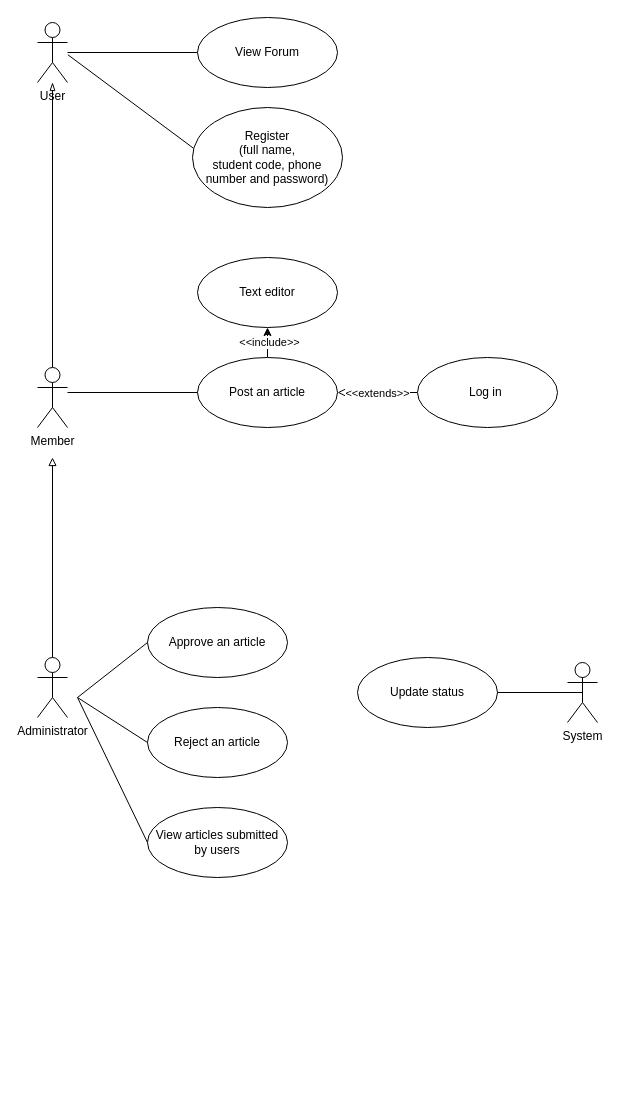
The draw.io diagram Lab1_UseCase_diagram.drawio in zombieTDV/Software-Engineer-Team1-Repo, before the edit. Source tidied: cells renumbered, new cells numbered last; positions are measured from the earlier drawing's top-left corner, leaving out a move shared by most shapes. Both pictures are drawn from the tidied source at 100%, with x=0, y=0 at pixel (37, 17).
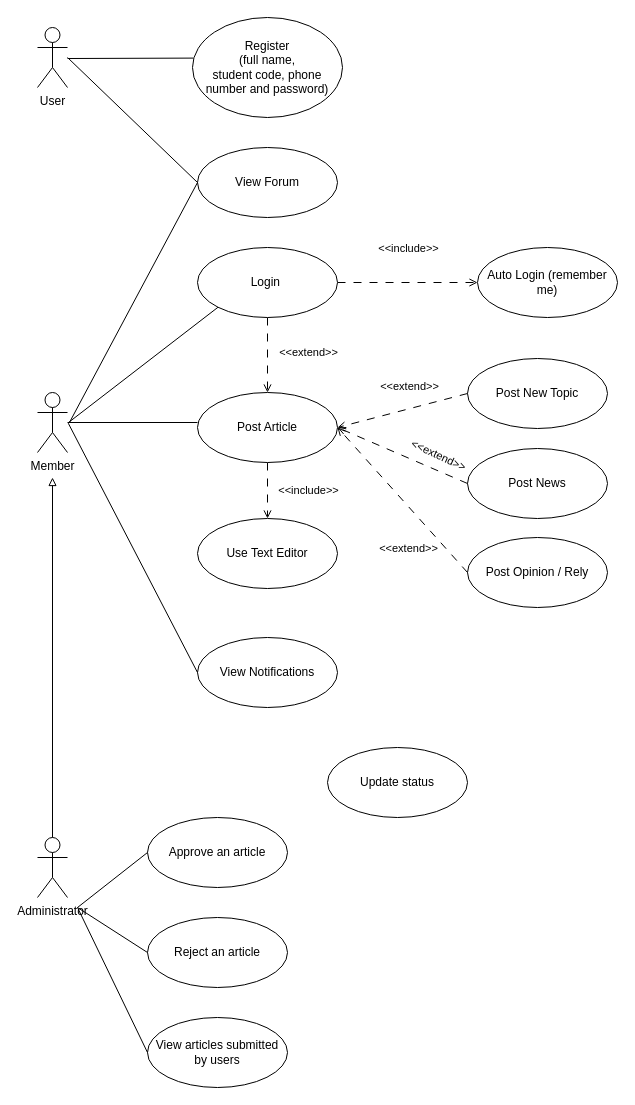
Above is the later version.

Commit message:
feat: thêm chức năng register cho user

refactor: loại bỏ quan hệ generalization giữa User và Member

chore: loại bỏ actor system khỏi use case
	-Bởi vì system không phải "tác nhân bên ngoài"

feat: thêm các extend (Post New Topic, Post News, Post Opinion/Reply) cho Post Article

feat: thêm include Auto Login (remember me) cho Login

feat: thêm chức năng View Notifications cho Member

Change to the diagram source:
```diff
@@
     <mxCell id="2" value="User" style="shape=umlActor;verticalLabelPosition=bottom;verticalAlign=top;html=1;" parent="1" vertex="1">
-      <mxGeometry y="5" width="30" height="60" as="geometry" />
+      <mxGeometry y="10" width="30" height="60" as="geometry" />
     </mxCell>
     <mxCell id="3" value="View Forum" style="ellipse;whiteSpace=wrap;html=1;" parent="1" vertex="1">
-      <mxGeometry x="160" width="140" height="70" as="geometry" />
+      <mxGeometry x="160" y="130" width="140" height="70" as="geometry" />
     </mxCell>
-    <mxCell id="4" style="edgeStyle=orthogonalEdgeStyle;rounded=0;jettySize=auto;html=1;endArrow=blockThin;endFill=0;" parent="1" edge="1" source="5" target="2">
-      <mxGeometry relative="1" as="geometry" />
-    </mxCell>
     <mxCell id="5" value="Member" style="shape=umlActor;verticalLabelPosition=bottom;verticalAlign=top;html=1;" parent="1" vertex="1">
-      <mxGeometry y="350" width="30" height="60" as="geometry" />
+      <mxGeometry y="375" width="30" height="60" as="geometry" />
     </mxCell>
-    <mxCell id="6" style="line;strokeWidth=1;fillColor=none;align=left;verticalAlign=middle;spacingTop=-1;spacingLeft=3;spacingRight=3;labelPosition=right;points=[];portConstraint=eastwest;strokeColor=inherit;" parent="1" vertex="1">
-      <mxGeometry x="30" y="31" width="130" height="8" as="geometry" />
-    </mxCell>
-    <mxCell id="7" style="edgeStyle=orthogonalEdgeStyle;rounded=0;jettySize=auto;html=1;" parent="1" edge="1" source="9" target="14">
+    <mxCell id="7" style="rounded=0;jettySize=auto;html=1;dashed=1;dashPattern=8 8;endArrow=open;endFill=0;" parent="1" edge="1" source="9" target="14">
       <mxGeometry relative="1" as="geometry" />
     </mxCell>
     <mxCell id="8" value="&amp;lt;&amp;lt;include&amp;gt;&amp;gt;" style="edgeLabel;html=1;align=center;verticalAlign=middle;" parent="7" vertex="1">
-      <mxGeometry x="-0.05" y="1" relative="1" as="geometry" />
+      <mxGeometry x="-0.05" y="1" relative="1" as="geometry">
+        <mxPoint x="39" as="offset" />
+      </mxGeometry>
     </mxCell>
-    <mxCell id="9" value="Post an article" style="ellipse;whiteSpace=wrap;html=1;" parent="1" vertex="1">
-      <mxGeometry x="160" y="340" width="140" height="70" as="geometry" />
+    <mxCell id="9" value="Post Article" style="ellipse;whiteSpace=wrap;html=1;" parent="1" vertex="1">
+      <mxGeometry x="160" y="375" width="140" height="70" as="geometry" />
     </mxCell>
     <mxCell id="10" style="line;strokeWidth=1;fillColor=none;align=left;verticalAlign=middle;spacingTop=-1;spacingLeft=3;spacingRight=3;labelPosition=right;points=[];portConstraint=eastwest;strokeColor=inherit;" parent="1" vertex="1">
-      <mxGeometry x="30" y="371" width="130" height="8" as="geometry" />
+      <mxGeometry x="30" y="401" width="130" height="8" as="geometry" />
     </mxCell>
-    <mxCell id="11" style="edgeStyle=orthogonalEdgeStyle;rounded=0;jettySize=auto;html=1;endArrow=block;endFill=0;" parent="1" edge="1" source="13" target="9">
+    <mxCell id="11" style="rounded=0;jettySize=auto;html=1;endArrow=open;endFill=0;dashed=1;dashPattern=8 8;" parent="1" edge="1" source="13" target="9">
       <mxGeometry relative="1" as="geometry" />
     </mxCell>
-    <mxCell id="12" value="&amp;lt;&amp;lt;extends&amp;gt;&amp;gt;" style="edgeLabel;html=1;align=center;verticalAlign=middle;" parent="11" vertex="1">
+    <mxCell id="12" value="&amp;lt;&amp;lt;extend&amp;gt;&amp;gt;" style="edgeLabel;html=1;align=center;verticalAlign=middle;" parent="11" vertex="1">
       <mxGeometry x="-0.36" y="1" relative="1" as="geometry">
-        <mxPoint x="-15" y="-1" as="offset" />
+        <mxPoint x="39" y="10" as="offset" />
       </mxGeometry>
     </mxCell>
+    <mxCell id="28" style="rounded=0;jettySize=auto;html=1;exitX=1;exitY=0.5;exitDx=0;exitDy=0;entryX=0;entryY=0.5;entryDx=0;entryDy=0;endArrow=open;endFill=0;dashed=1;dashPattern=8 8;" parent="1" edge="1" source="13" target="30">
+      <mxGeometry relative="1" as="geometry" />
+    </mxCell>
-    <mxCell id="13" value="Log in&amp;nbsp;" style="ellipse;whiteSpace=wrap;html=1;" parent="1" vertex="1">
-      <mxGeometry x="380" y="340" width="140" height="70" as="geometry" />
+    <mxCell id="13" value="Login&amp;nbsp;" style="ellipse;whiteSpace=wrap;html=1;" parent="1" vertex="1">
+      <mxGeometry x="160" y="230" width="140" height="70" as="geometry" />
     </mxCell>
-    <mxCell id="14" value="Text editor" style="ellipse;whiteSpace=wrap;html=1;" parent="1" vertex="1">
-      <mxGeometry x="160" y="240" width="140" height="70" as="geometry" />
+    <mxCell id="14" value="Use Text Editor" style="ellipse;whiteSpace=wrap;html=1;" parent="1" vertex="1">
+      <mxGeometry x="160" y="501" width="140" height="70" as="geometry" />
     </mxCell>
-    <mxCell id="15" style="edgeStyle=orthogonalEdgeStyle;rounded=0;jettySize=auto;html=1;endArrow=block;endFill=0;" parent="1" edge="1" source="16">
-      <mxGeometry relative="1" as="geometry">
-        <mxPoint x="15" y="440" as="targetPoint" />
-      </mxGeometry>
-    </mxCell>
     <mxCell id="16" value="Administrator" style="shape=umlActor;verticalLabelPosition=bottom;verticalAlign=top;html=1;" parent="1" vertex="1">
-      <mxGeometry y="640" width="30" height="60" as="geometry" />
+      <mxGeometry y="820" width="30" height="60" as="geometry" />
     </mxCell>
     <mxCell id="17" value="Approve an article" style="ellipse;whiteSpace=wrap;html=1;" parent="1" vertex="1">
-      <mxGeometry x="110" y="590" width="140" height="70" as="geometry" />
+      <mxGeometry x="110" y="800" width="140" height="70" as="geometry" />
     </mxCell>
     <mxCell id="18" value="Reject an article" style="ellipse;whiteSpace=wrap;html=1;" parent="1" vertex="1">
-      <mxGeometry x="110" y="690" width="140" height="70" as="geometry" />
+      <mxGeometry x="110" y="900" width="140" height="70" as="geometry" />
     </mxCell>
     <mxCell id="19" style="endArrow=none;html=1;rounded=0;entryX=0;entryY=0.5;entryDx=0;entryDy=0;" parent="1" edge="1" target="18">
       <mxGeometry relative="1" as="geometry">
-        <mxPoint x="40" y="680" as="sourcePoint" />
+        <mxPoint x="40" y="890" as="sourcePoint" />
       </mxGeometry>
     </mxCell>
     <mxCell id="20" value="View articles submitted by users" style="ellipse;whiteSpace=wrap;html=1;" parent="1" vertex="1">
-      <mxGeometry x="110" y="790" width="140" height="70" as="geometry" />
+      <mxGeometry x="110" y="1000" width="140" height="70" as="geometry" />
     </mxCell>
-    <mxCell id="21" value="System" style="shape=umlActor;verticalLabelPosition=bottom;verticalAlign=top;html=1;" parent="1" vertex="1">
-      <mxGeometry x="530" y="645" width="30" height="60" as="geometry" />
-    </mxCell>
     <mxCell id="22" style="endArrow=none;html=1;rounded=0;entryX=0;entryY=0.5;entryDx=0;entryDy=0;" parent="1" edge="1" target="17">
       <mxGeometry relative="1" as="geometry">
-        <mxPoint x="40" y="680" as="sourcePoint" />
+        <mxPoint x="40" y="890" as="sourcePoint" />
       </mxGeometry>
     </mxCell>
     <mxCell id="23" value="Update status" style="ellipse;whiteSpace=wrap;html=1;" parent="1" vertex="1">
-      <mxGeometry x="320" y="640" width="140" height="70" as="geometry" />
+      <mxGeometry x="290" y="730" width="140" height="70" as="geometry" />
     </mxCell>
     <mxCell id="24" style="endArrow=none;html=1;rounded=0;entryX=0;entryY=0.5;entryDx=0;entryDy=0;" parent="1" edge="1">
       <mxGeometry relative="1" as="geometry">
-        <mxPoint x="40" y="680" as="sourcePoint" />
-        <mxPoint x="110" y="825" as="targetPoint" />
+        <mxPoint x="40" y="890" as="sourcePoint" />
+        <mxPoint x="110" y="1035" as="targetPoint" />
       </mxGeometry>
     </mxCell>
-    <mxCell id="25" style="endArrow=none;html=1;rounded=0;entryX=0.5;entryY=0.5;entryDx=0;entryDy=0;entryPerimeter=0;" parent="1" edge="1" target="21">
-      <mxGeometry relative="1" as="geometry">
-        <mxPoint x="460" y="675" as="sourcePoint" />
-      </mxGeometry>
-    </mxCell>
     <mxCell id="26" value="Register&lt;div&gt;(full name, &lt;br/&gt;student code, phone number and password)&lt;/div&gt;" style="ellipse;whiteSpace=wrap;html=1;" parent="1" vertex="1">
-      <mxGeometry x="155" y="90" width="150" height="100" as="geometry" />
+      <mxGeometry x="155" width="150" height="100" as="geometry" />
     </mxCell>
-    <mxCell id="27" style="endArrow=none;html=1;rounded=0;exitX=0.003;exitY=0.78;exitDx=0;exitDy=0;exitPerimeter=0;entryX=0.005;entryY=0.406;entryDx=0;entryDy=0;entryPerimeter=0;" parent="1" edge="1" source="6" target="26">
-      <mxGeometry relative="1" as="geometry" />
+    <mxCell id="27" style="endArrow=none;html=1;rounded=0;entryX=0.005;entryY=0.406;entryDx=0;entryDy=0;entryPerimeter=0;" parent="1" edge="1" target="26">
+      <mxGeometry relative="1" as="geometry">
+        <mxPoint x="30" y="41" as="sourcePoint" />
+      </mxGeometry>
     </mxCell>
+    <mxCell id="29" style="endArrow=none;html=1;rounded=0;entryX=0;entryY=1;entryDx=0;entryDy=0;" parent="1" edge="1" target="13">
+      <mxGeometry relative="1" as="geometry">
+        <mxPoint x="31" y="405" as="sourcePoint" />
+      </mxGeometry>
+    </mxCell>
+    <mxCell id="30" value="Auto Login (remember me)" style="ellipse;whiteSpace=wrap;html=1;" parent="1" vertex="1">
+      <mxGeometry x="440" y="230" width="140" height="70" as="geometry" />
+    </mxCell>
+    <mxCell id="31" value="&amp;lt;&amp;lt;include&amp;gt;&amp;gt;" style="edgeLabel;html=1;align=center;verticalAlign=middle;" parent="1" vertex="1">
+      <mxGeometry x="370" y="230" as="geometry" />
+    </mxCell>
+    <mxCell id="32" value="Post New Topic" style="ellipse;whiteSpace=wrap;html=1;" parent="1" vertex="1">
+      <mxGeometry x="430" y="341" width="140" height="70" as="geometry" />
+    </mxCell>
+    <mxCell id="33" value="Post News" style="ellipse;whiteSpace=wrap;html=1;" parent="1" vertex="1">
+      <mxGeometry x="430" y="431" width="140" height="70" as="geometry" />
+    </mxCell>
+    <mxCell id="34" value="Post Opinion / Rely" style="ellipse;whiteSpace=wrap;html=1;" parent="1" vertex="1">
+      <mxGeometry x="430" y="520" width="140" height="70" as="geometry" />
+    </mxCell>
+    <mxCell id="35" style="endArrow=open;html=1;rounded=0;entryX=1;entryY=0.5;entryDx=0;entryDy=0;exitX=0;exitY=0.5;exitDx=0;exitDy=0;endFill=0;dashed=1;dashPattern=8 8;" parent="1" edge="1" source="32" target="9">
+      <mxGeometry relative="1" as="geometry" />
+    </mxCell>
+    <mxCell id="36" style="endArrow=open;html=1;rounded=0;entryX=1;entryY=0.5;entryDx=0;entryDy=0;exitX=0;exitY=0.5;exitDx=0;exitDy=0;endFill=0;dashed=1;dashPattern=8 8;" parent="1" edge="1" source="33" target="9">
+      <mxGeometry relative="1" as="geometry" />
+    </mxCell>
+    <mxCell id="37" style="endArrow=open;html=1;rounded=0;entryX=1;entryY=0.5;entryDx=0;entryDy=0;exitX=0;exitY=0.5;exitDx=0;exitDy=0;endFill=0;dashed=1;dashPattern=8 8;" parent="1" edge="1" source="34" target="9">
+      <mxGeometry relative="1" as="geometry" />
+    </mxCell>
+    <mxCell id="38" value="&amp;lt;&amp;lt;extend&amp;gt;&amp;gt;" style="edgeLabel;html=1;align=center;verticalAlign=middle;rotation=0;" parent="1" vertex="1">
+      <mxGeometry x="370" y="360" as="geometry">
+        <mxPoint x="1.4" y="8.5" as="offset" />
+      </mxGeometry>
+    </mxCell>
+    <mxCell id="39" value="&amp;lt;&amp;lt;extend&amp;gt;&amp;gt;" style="edgeLabel;html=1;align=center;verticalAlign=middle;rotation=0;" parent="1" vertex="1">
+      <mxGeometry x="370" y="530" as="geometry" />
+    </mxCell>
+    <mxCell id="40" value="&amp;lt;&amp;lt;extend&amp;gt;&amp;gt;" style="edgeLabel;html=1;align=center;verticalAlign=middle;rotation=25;" parent="1" vertex="1">
+      <mxGeometry x="400" y="420" as="geometry">
+        <mxPoint x="8.5" y="15.3" as="offset" />
+      </mxGeometry>
+    </mxCell>
+    <mxCell id="41" style="endArrow=none;html=1;rounded=0;entryX=0;entryY=0.5;entryDx=0;entryDy=0;exitX=0.014;exitY=0.533;exitDx=0;exitDy=0;exitPerimeter=0;" parent="1" edge="1" source="10" target="3">
+      <mxGeometry relative="1" as="geometry" />
+    </mxCell>
+    <mxCell id="42" style="endArrow=none;html=1;rounded=0;entryX=0;entryY=0.5;entryDx=0;entryDy=0;" parent="1" edge="1" target="3">
+      <mxGeometry relative="1" as="geometry">
+        <mxPoint x="30" y="40" as="sourcePoint" />
+      </mxGeometry>
+    </mxCell>
+    <mxCell id="43" value="View Notifications" style="ellipse;whiteSpace=wrap;html=1;" parent="1" vertex="1">
+      <mxGeometry x="160" y="620" width="140" height="70" as="geometry" />
+    </mxCell>
+    <mxCell id="44" style="endArrow=none;html=1;rounded=0;entryX=0;entryY=0.5;entryDx=0;entryDy=0;exitX=0.006;exitY=0.586;exitDx=0;exitDy=0;exitPerimeter=0;" parent="1" edge="1" source="10" target="43">
+      <mxGeometry relative="1" as="geometry" />
+    </mxCell>
+    <mxCell id="45" style="endArrow=block;html=1;rounded=0;exitX=0.5;exitY=0;exitDx=0;exitDy=0;exitPerimeter=0;endFill=0;" parent="1" edge="1" source="16">
+      <mxGeometry relative="1" as="geometry">
+        <mxPoint x="15" y="460" as="targetPoint" />
+      </mxGeometry>
+    </mxCell>
```
